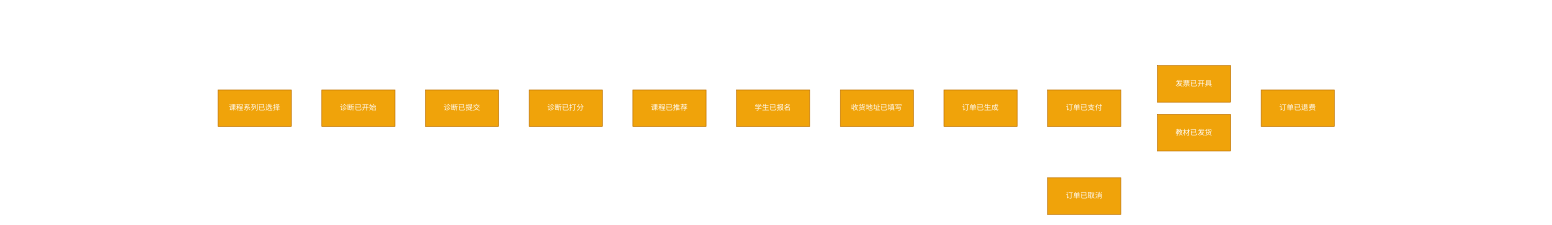
Earlier version of the draw.io diagram 为学课堂.drawio (hacksport-666/EventStorming). Source tidied: cells renumbered, new cells numbered last; positions are measured from the earlier drawing's top-left corner, leaving out a move shared by most shapes. Both pictures are drawn from the tidied source at 61%, with x=0, y=0 at pixel (218, 65).
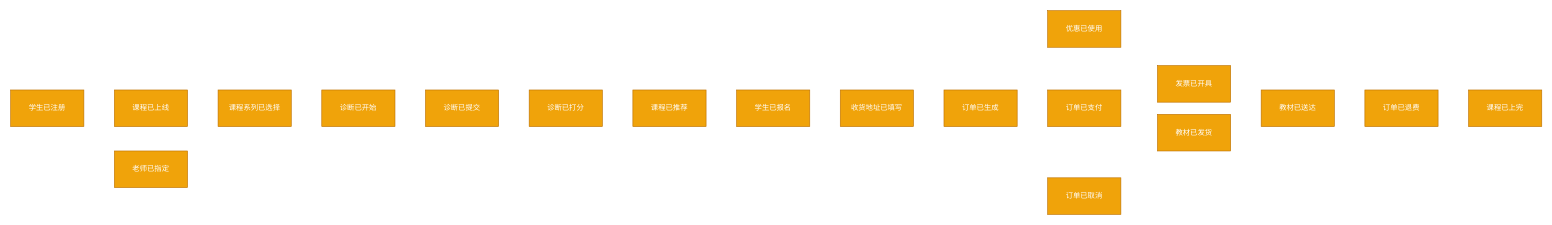
The same diagram, later.

Change to the diagram source:
```diff
@@
-    <mxCell id="14" value="订单已退费" style="rounded=0;whiteSpace=wrap;html=1;fillColor=#f0a30a;strokeColor=#BD7000;fontColor=#ffffff;" parent="1" vertex="1">
+    <mxCell id="14" value="教材已送达" style="rounded=0;whiteSpace=wrap;html=1;fillColor=#f0a30a;strokeColor=#BD7000;fontColor=#ffffff;" parent="1" vertex="1">
       <mxGeometry x="1710" y="40" width="120" height="60" as="geometry" />
     </mxCell>
+    <mxCell id="15" value="课程已上线" style="rounded=0;whiteSpace=wrap;html=1;fillColor=#f0a30a;strokeColor=#BD7000;fontColor=#ffffff;" parent="1" vertex="1">
+      <mxGeometry x="-170" y="40" width="120" height="60" as="geometry" />
+    </mxCell>
+    <mxCell id="16" value="学生已注册" style="rounded=0;whiteSpace=wrap;html=1;fillColor=#f0a30a;strokeColor=#BD7000;fontColor=#ffffff;" parent="1" vertex="1">
+      <mxGeometry x="-340" y="40" width="120" height="60" as="geometry" />
+    </mxCell>
+    <mxCell id="17" value="老师已指定" style="rounded=0;whiteSpace=wrap;html=1;fillColor=#f0a30a;strokeColor=#BD7000;fontColor=#ffffff;" parent="1" vertex="1">
+      <mxGeometry x="-170" y="140" width="120" height="60" as="geometry" />
+    </mxCell>
+    <mxCell id="18" value="优惠已使用" style="rounded=0;whiteSpace=wrap;html=1;fillColor=#f0a30a;strokeColor=#BD7000;fontColor=#ffffff;" parent="1" vertex="1">
+      <mxGeometry x="1360" y="-90" width="120" height="60" as="geometry" />
+    </mxCell>
+    <mxCell id="19" value="订单已退费" style="rounded=0;whiteSpace=wrap;html=1;fillColor=#f0a30a;strokeColor=#BD7000;fontColor=#ffffff;" parent="1" vertex="1">
+      <mxGeometry x="1880" y="40" width="120" height="60" as="geometry" />
+    </mxCell>
+    <mxCell id="20" value="课程已上完" style="rounded=0;whiteSpace=wrap;html=1;fillColor=#f0a30a;strokeColor=#BD7000;fontColor=#ffffff;" parent="1" vertex="1">
+      <mxGeometry x="2050" y="40" width="120" height="60" as="geometry" />
+    </mxCell>
```
